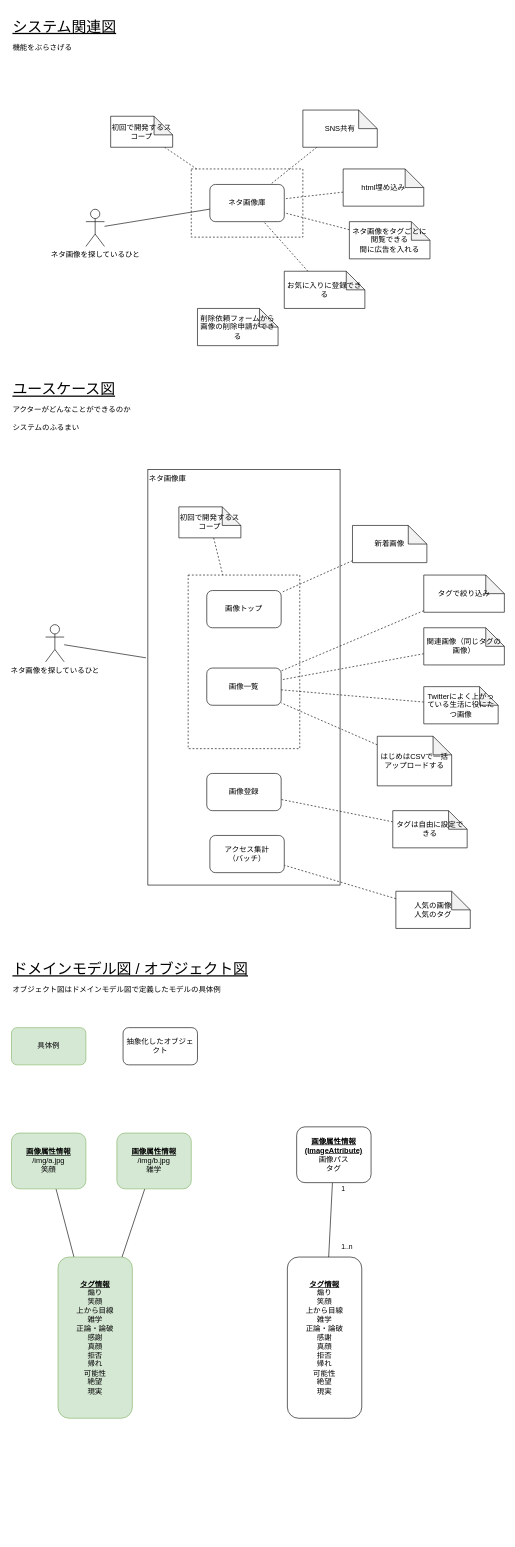
takiguchi-yu/NetaImageArchive keeps this draw.io diagram as page "ドメインモデル図" (1 of 2) of document/domainModel.drawio. Above is the earlier version. Source tidied: cells renumbered, new cells numbered last; positions are measured from the earlier drawing's top-left corner, leaving out a move shared by most shapes. Both pictures are drawn from the tidied source at 62%, with x=0, y=0 at pixel (11, 11).
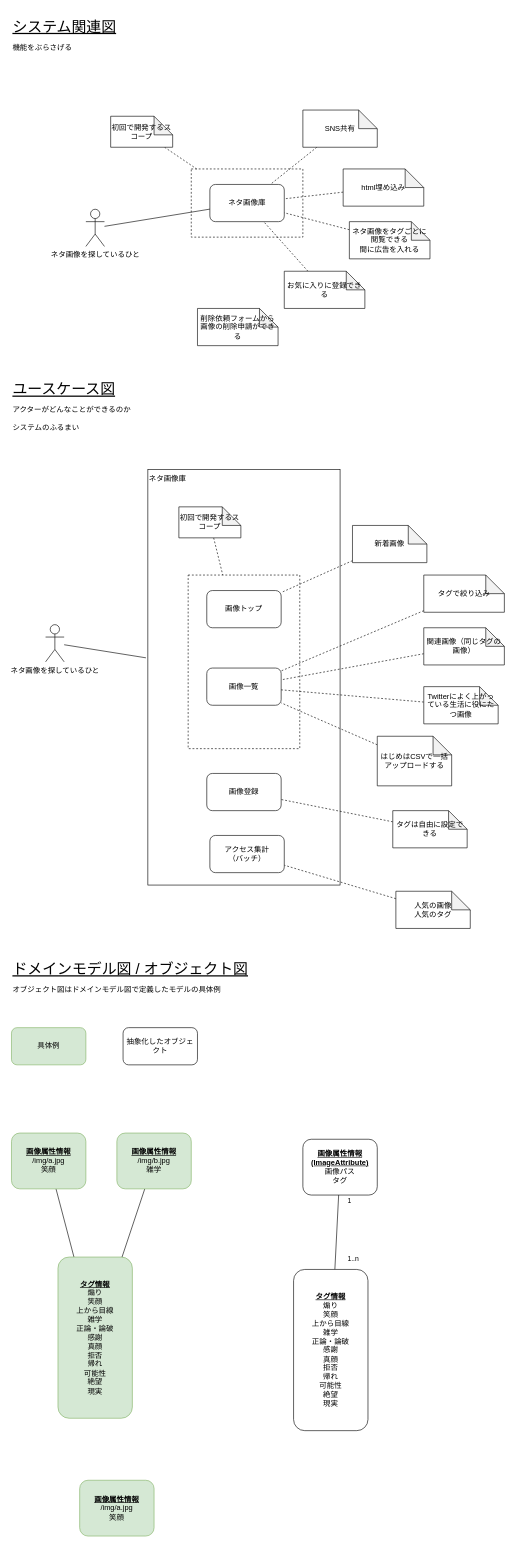
Above is the later version.

What changed in the source:
```diff
@@
     <mxCell id="48" value="&lt;u&gt;&lt;b&gt;画像属性情報&lt;br&gt;(ImageAttribute)&lt;br&gt;&lt;/b&gt;&lt;/u&gt;画像パス&lt;br&gt;タグ" style="rounded=1;whiteSpace=wrap;html=1;fontSize=12;" parent="1" vertex="1">
-      <mxGeometry x="460" y="1800" width="120" height="90" as="geometry" />
+      <mxGeometry x="470" y="1820" width="120" height="90" as="geometry" />
     </mxCell>
@@
     <mxCell id="54" value="&lt;u&gt;&lt;b&gt;タグ情報&lt;br&gt;&lt;/b&gt;&lt;/u&gt;煽り&lt;br&gt;笑顔&lt;br&gt;上から目線&lt;br&gt;雑学&lt;br&gt;正論・論破&lt;br&gt;感謝&lt;br&gt;真顔&lt;br&gt;拒否&lt;br&gt;帰れ&lt;br&gt;可能性&lt;br&gt;絶望&lt;br&gt;現実" style="rounded=1;whiteSpace=wrap;html=1;fontSize=12;" parent="1" vertex="1">
-      <mxGeometry x="445" y="2010" width="120" height="260" as="geometry" />
+      <mxGeometry x="455" y="2030" width="120" height="260" as="geometry" />
     </mxCell>
@@
+    <mxCell id="56" value="&lt;u&gt;&lt;b&gt;画像属性情報&lt;br&gt;&lt;/b&gt;&lt;/u&gt;/img/a.jpg&lt;br&gt;笑顔" style="rounded=1;whiteSpace=wrap;html=1;fontSize=12;fillColor=#d5e8d4;strokeColor=#82b366;" parent="1" vertex="1">
+      <mxGeometry x="110" y="2370" width="120" height="90" as="geometry" />
+    </mxCell>
```
